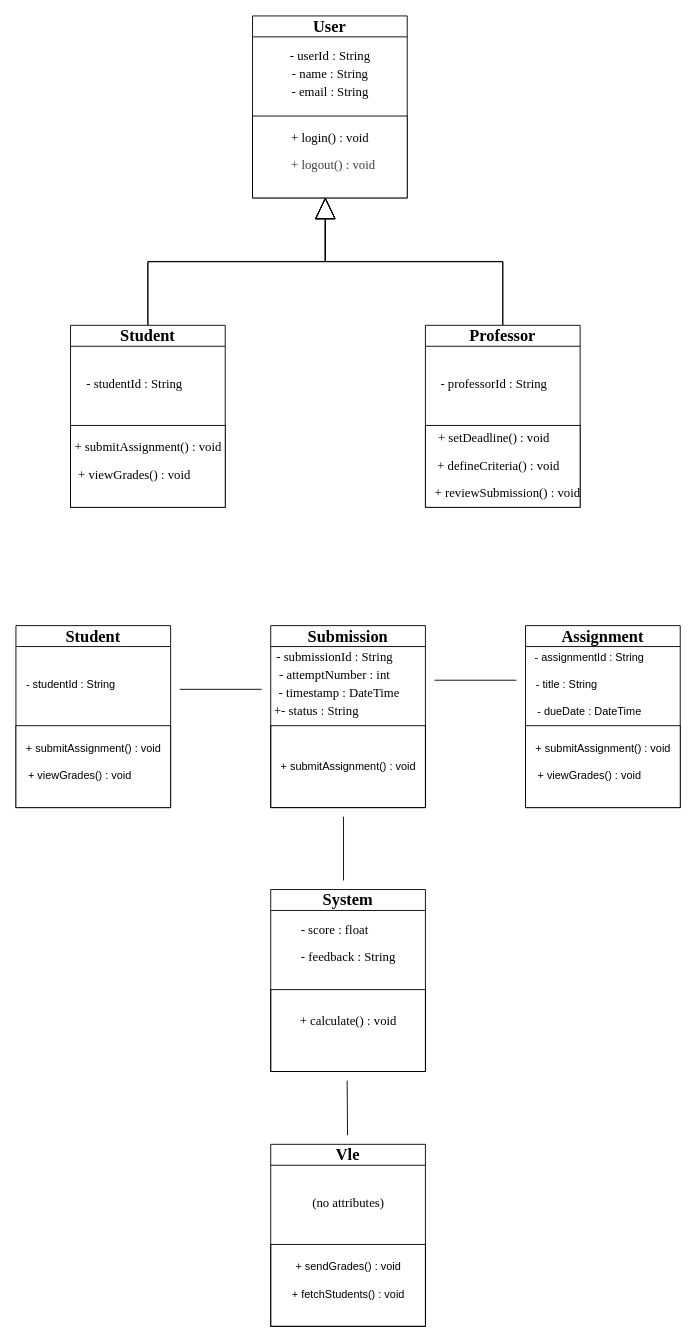
Earlier version of the draw.io diagram practicals/practical_3/CD.drawio (Zhennue/SS2026_SDA202_02240372). Source tidied: cells renumbered, new cells numbered last; positions are measured from the earlier drawing's top-left corner, leaving out a move shared by most shapes. Both pictures are drawn from the tidied source at 91%, with x=0, y=0 at pixel (15, 15).
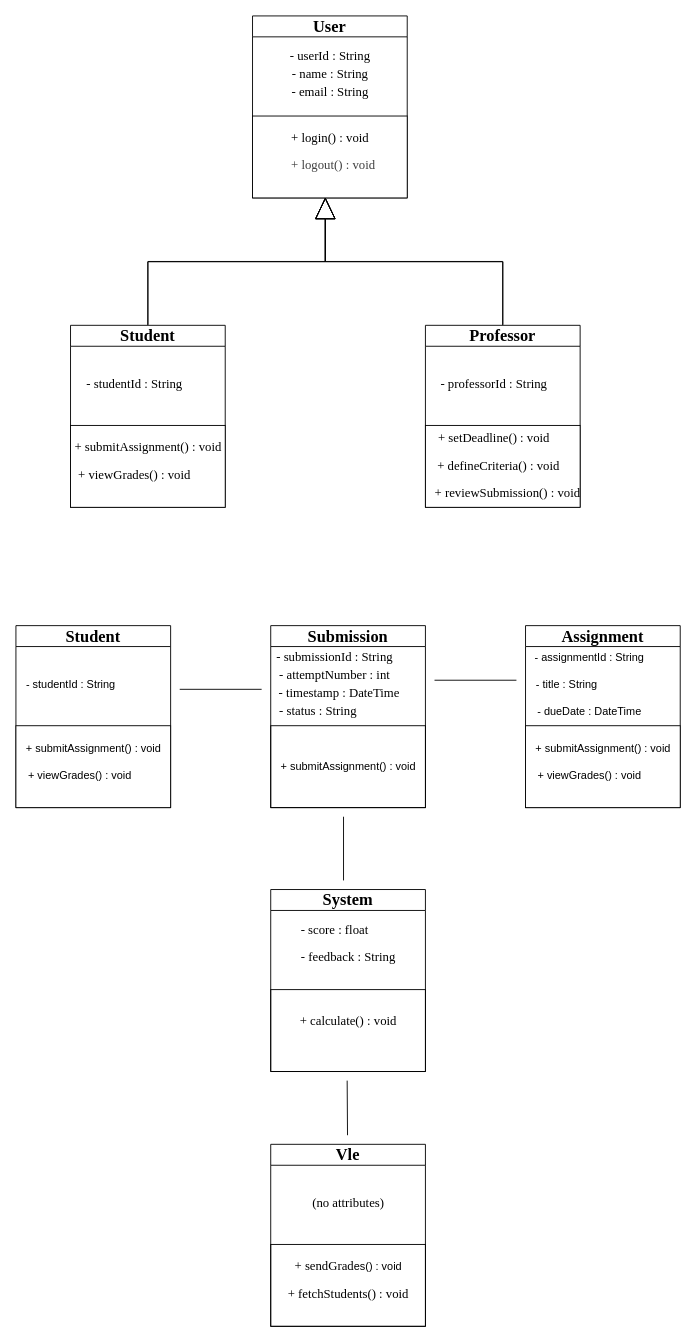
The same diagram, later.

Unchanged cells that the change refers to:
```xml
<mxCell id="33" value="&lt;font style=&quot;font-size: 18px;&quot; face=&quot;Times New Roman&quot;&gt;Submission&lt;/font&gt;" style="swimlane;whiteSpace=wrap;html=1;startSize=23;" parent="31" vertex="1">
  <mxGeometry width="170" height="200" as="geometry" />
</mxCell>
<mxCell id="55" style="group;" parent="1" vertex="1">
  <mxGeometry x="280" y="1240" width="170" height="200" as="geometry" />
</mxCell>
<mxCell id="57" value="&lt;font style=&quot;font-size: 18px;&quot; face=&quot;Times New Roman&quot;&gt;Vle&lt;/font&gt;" style="swimlane;whiteSpace=wrap;html=1;startSize=23;" parent="55" vertex="1">
  <mxGeometry width="170" height="200" as="geometry" />
</mxCell>
```

Change to the diagram source:
```diff
@@
-    <mxCell id="37" value="&lt;span style=&quot;color: rgb(0, 0, 0);&quot;&gt;&lt;font style=&quot;font-size: 14px;&quot; face=&quot;Times New Roman&quot;&gt;+- status : String&lt;/font&gt;&lt;/span&gt;" style="text;html=1;align=center;verticalAlign=middle;strokeColor=none;fillColor=none;" parent="33" vertex="1">
-      <mxGeometry x="-10" y="80" width="120" height="30" as="geometry" />
+    <mxCell id="37" value="&lt;span style=&quot;color: rgb(0, 0, 0);&quot;&gt;&lt;font style=&quot;font-size: 14px;&quot; face=&quot;Times New Roman&quot;&gt;&amp;nbsp;- status : String&lt;/font&gt;&lt;/span&gt;" style="text;html=1;align=center;verticalAlign=middle;strokeColor=none;fillColor=none;" parent="33" vertex="1">
+      <mxGeometry x="-5" y="80" width="110" height="30" as="geometry" />
     </mxCell>
@@
-    <mxCell id="59" value="&lt;span style=&quot;color: rgb(0, 0, 0);&quot;&gt;+ fetchStudents() : void&lt;/span&gt;&lt;font face=&quot;Times New Roman&quot; style=&quot;font-size: 14px;&quot;&gt;&lt;/font&gt;" style="text;html=1;align=center;verticalAlign=middle;strokeColor=none;fillColor=none;" parent="57" vertex="1">
-      <mxGeometry x="10" y="150" width="150" height="30" as="geometry" />
+    <mxCell id="59" value="&lt;span style=&quot;color: rgb(0, 0, 0);&quot;&gt;&lt;font style=&quot;font-size: 14px;&quot; face=&quot;Times New Roman&quot;&gt;+ fetchStudents() : void&lt;/font&gt;&lt;/span&gt;&lt;font face=&quot;Times New Roman&quot; style=&quot;font-size: 14px;&quot;&gt;&lt;/font&gt;" style="text;html=1;align=center;verticalAlign=middle;strokeColor=none;fillColor=none;" parent="57" vertex="1">
+      <mxGeometry x="5" y="150" width="160" height="30" as="geometry" />
     </mxCell>
-    <mxCell id="60" value="+ sendGrades() : void&lt;br&gt;&lt;font face=&quot;Times New Roman&quot; style=&quot;font-size: 14px;&quot;&gt;&lt;/font&gt;" style="text;html=1;align=center;verticalAlign=middle;strokeColor=none;fillColor=none;" parent="55" vertex="1">
+    <mxCell id="60" value="&lt;font style=&quot;font-size: 14px;&quot; face=&quot;Times New Roman&quot;&gt;+ sendGrad&lt;/font&gt;es() : void&lt;br&gt;&lt;font face=&quot;Times New Roman&quot; style=&quot;font-size: 14px;&quot;&gt;&lt;/font&gt;" style="text;html=1;align=center;verticalAlign=middle;strokeColor=none;fillColor=none;" parent="55" vertex="1">
       <mxGeometry x="15" y="120" width="140" height="30" as="geometry" />
     </mxCell>
```
